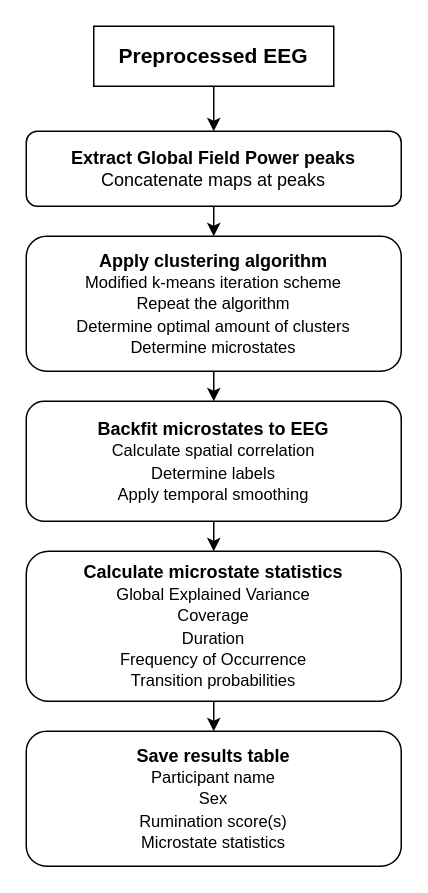
Above: Flowcharts/Microstates2.drawio in dx2r/PhD_EEG_Pipeline (draw.io), before the change. Source tidied: cells renumbered, new cells numbered last; positions are measured from the earlier drawing's top-left corner, leaving out a move shared by most shapes. Both pictures are drawn from the tidied source at 150%, with x=0, y=0 at pixel (26, 26).
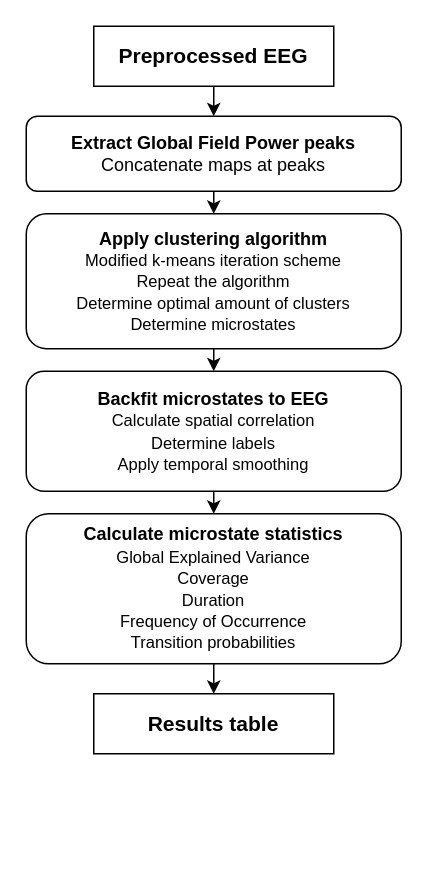
After the change.

Change to the diagram source:
```diff
@@
 <mxGraphModel>
   <root>
     <mxCell id="0" />
     <mxCell id="1" parent="0" />
     <mxCell id="2" style="edgeStyle=orthogonalEdgeStyle;rounded=0;jettySize=auto;html=1;exitX=0.5;exitY=1;exitDx=0;exitDy=0;entryX=0.5;entryY=0;entryDx=0;entryDy=0;" parent="1" edge="1" source="3" target="5">
       <mxGeometry relative="1" as="geometry" />
     </mxCell>
     <mxCell id="3" value="&lt;font style=&quot;font-size: 14px;&quot;&gt;&lt;b&gt;Preprocessed EEG&lt;/b&gt;&lt;/font&gt;" style="rounded=0;whiteSpace=wrap;html=1;" parent="1" vertex="1">
       <mxGeometry x="45" width="160" height="40" as="geometry" />
     </mxCell>
     <mxCell id="4" style="edgeStyle=orthogonalEdgeStyle;rounded=0;jettySize=auto;html=1;exitX=0.5;exitY=1;exitDx=0;exitDy=0;entryX=0.5;entryY=0;entryDx=0;entryDy=0;" parent="1" edge="1" source="5" target="7">
       <mxGeometry relative="1" as="geometry" />
     </mxCell>
     <mxCell id="5" value="&lt;b&gt;Extract Global Field Power peaks&lt;/b&gt;&lt;br&gt;Concatenate maps at peaks" style="rounded=1;whiteSpace=wrap;html=1;" parent="1" vertex="1">
-      <mxGeometry y="70" width="250" height="50" as="geometry" />
+      <mxGeometry y="60" width="250" height="50" as="geometry" />
     </mxCell>
     <mxCell id="6" style="edgeStyle=orthogonalEdgeStyle;rounded=0;jettySize=auto;html=1;exitX=0.5;exitY=1;exitDx=0;exitDy=0;entryX=0.5;entryY=0;entryDx=0;entryDy=0;" parent="1" edge="1" source="7" target="9">
       <mxGeometry relative="1" as="geometry" />
     </mxCell>
     <mxCell id="7" value="&lt;font style=&quot;&quot;&gt;&lt;b&gt;Apply clustering algorithm&lt;br&gt;&lt;/b&gt;&lt;/font&gt;&lt;font style=&quot;font-size: 11px;&quot;&gt;Modified k-means iteration scheme&lt;br&gt;Repeat the algorithm&lt;br&gt;Determine optimal amount of clusters&lt;br&gt;Determine microstates&lt;br&gt;&lt;/font&gt;" style="rounded=1;whiteSpace=wrap;html=1;" parent="1" vertex="1">
-      <mxGeometry y="140" width="250" height="90" as="geometry" />
+      <mxGeometry y="125" width="250" height="90" as="geometry" />
     </mxCell>
     <mxCell id="8" style="edgeStyle=orthogonalEdgeStyle;rounded=0;jettySize=auto;html=1;exitX=0.5;exitY=1;exitDx=0;exitDy=0;entryX=0.5;entryY=0;entryDx=0;entryDy=0;" parent="1" edge="1" source="9" target="11">
       <mxGeometry relative="1" as="geometry" />
     </mxCell>
     <mxCell id="9" value="&lt;b&gt;Backfit microstates to EEG&lt;/b&gt;&lt;font style=&quot;font-size: 6px;&quot;&gt;&lt;br&gt;&lt;/font&gt;&lt;font style=&quot;font-size: 11px;&quot;&gt;Calculate spatial correlation&lt;br&gt;Determine labels&lt;br&gt;Apply temporal smoothing&lt;br&gt;&lt;/font&gt;" style="rounded=1;whiteSpace=wrap;html=1;" parent="1" vertex="1">
-      <mxGeometry y="250" width="250" height="80" as="geometry" />
+      <mxGeometry y="230" width="250" height="80" as="geometry" />
     </mxCell>
-    <mxCell id="10" style="edgeStyle=orthogonalEdgeStyle;rounded=0;jettySize=auto;html=1;exitX=0.5;exitY=1;exitDx=0;exitDy=0;entryX=0.5;entryY=0;entryDx=0;entryDy=0;" parent="1" edge="1" source="11" target="12">
-      <mxGeometry relative="1" as="geometry" />
-    </mxCell>
+    <mxCell id="13" style="edgeStyle=orthogonalEdgeStyle;rounded=0;jettySize=auto;html=1;exitX=0.5;exitY=1;exitDx=0;exitDy=0;entryX=0.5;entryY=0;entryDx=0;entryDy=0;" parent="1" edge="1" source="11" target="14">
+      <mxGeometry relative="1" as="geometry" />
+    </mxCell>
     <mxCell id="11" value="&lt;font style=&quot;&quot;&gt;&lt;b&gt;Calculate microstate statistics&lt;br&gt;&lt;/b&gt;&lt;/font&gt;&lt;font style=&quot;font-size: 11px;&quot;&gt;Global Explained Variance&lt;br&gt;Coverage&lt;br&gt;Duration&lt;br&gt;Frequency of Occurrence&lt;br&gt;Transition probabilities&lt;br&gt;&lt;/font&gt;" style="rounded=1;whiteSpace=wrap;html=1;" parent="1" vertex="1">
-      <mxGeometry y="350" width="250" height="100" as="geometry" />
+      <mxGeometry y="325" width="250" height="100" as="geometry" />
     </mxCell>
-    <mxCell id="12" value="&lt;font style=&quot;&quot;&gt;&lt;b&gt;Save results table&lt;br&gt;&lt;/b&gt;&lt;/font&gt;&lt;font style=&quot;font-size: 11px;&quot;&gt;Participant name&lt;br&gt;Sex&lt;br&gt;Rumination score(s)&lt;br&gt;Microstate statistics&lt;br&gt;&lt;/font&gt;" style="rounded=1;whiteSpace=wrap;html=1;" parent="1" vertex="1">
-      <mxGeometry y="470" width="250" height="90" as="geometry" />
-    </mxCell>
+    <mxCell id="14" value="&lt;font style=&quot;font-size: 14px;&quot;&gt;&lt;b&gt;Results table&lt;/b&gt;&lt;/font&gt;" style="rounded=0;whiteSpace=wrap;html=1;" parent="1" vertex="1">
+      <mxGeometry x="45" y="445" width="160" height="40" as="geometry" />
+    </mxCell>
   </root>
 </mxGraphModel>
```
